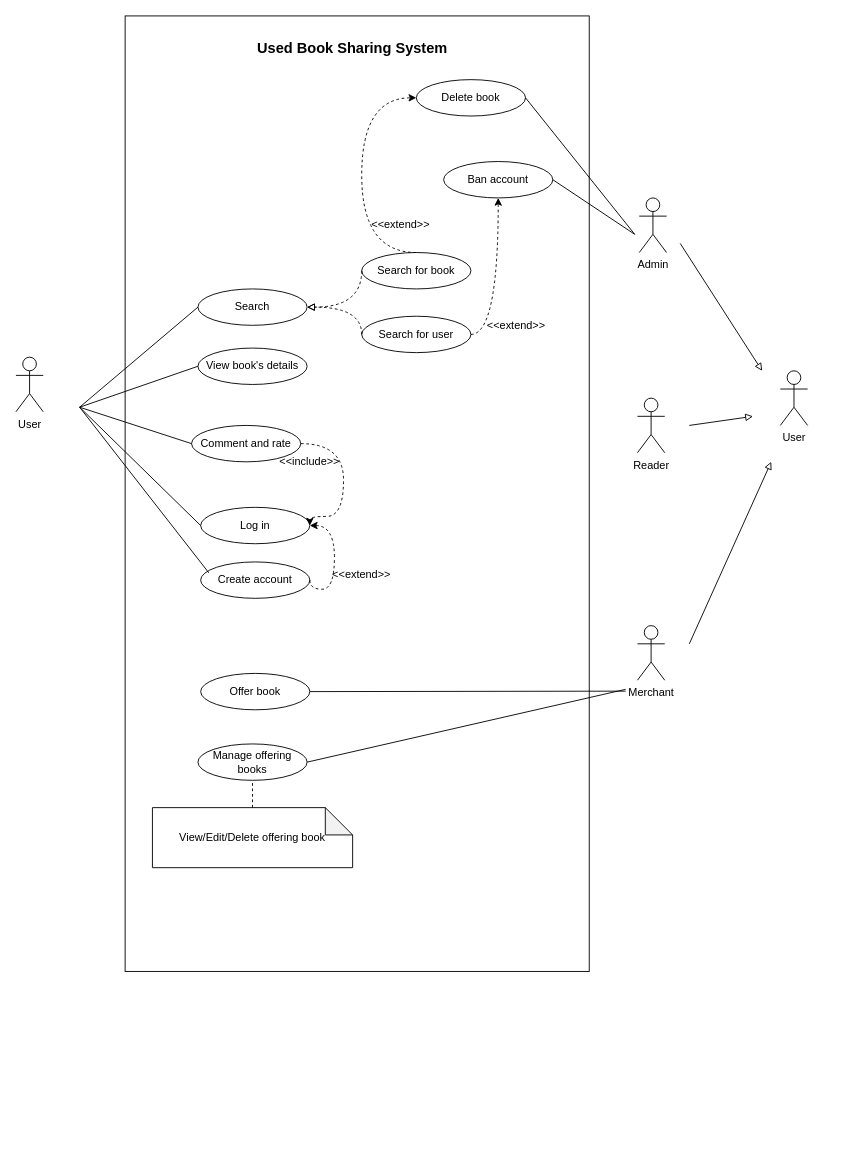
Before: page "Page-2" (2 of 2) of docs/All Use-cases.drawio in qttq23/SEProject, a draw.io diagram. Source tidied: cells renumbered, new cells numbered last; positions are measured from the earlier drawing's top-left corner, leaving out a move shared by most shapes. Both pictures are drawn from the tidied source at 91%, with x=0, y=0 at pixel (15, 15).
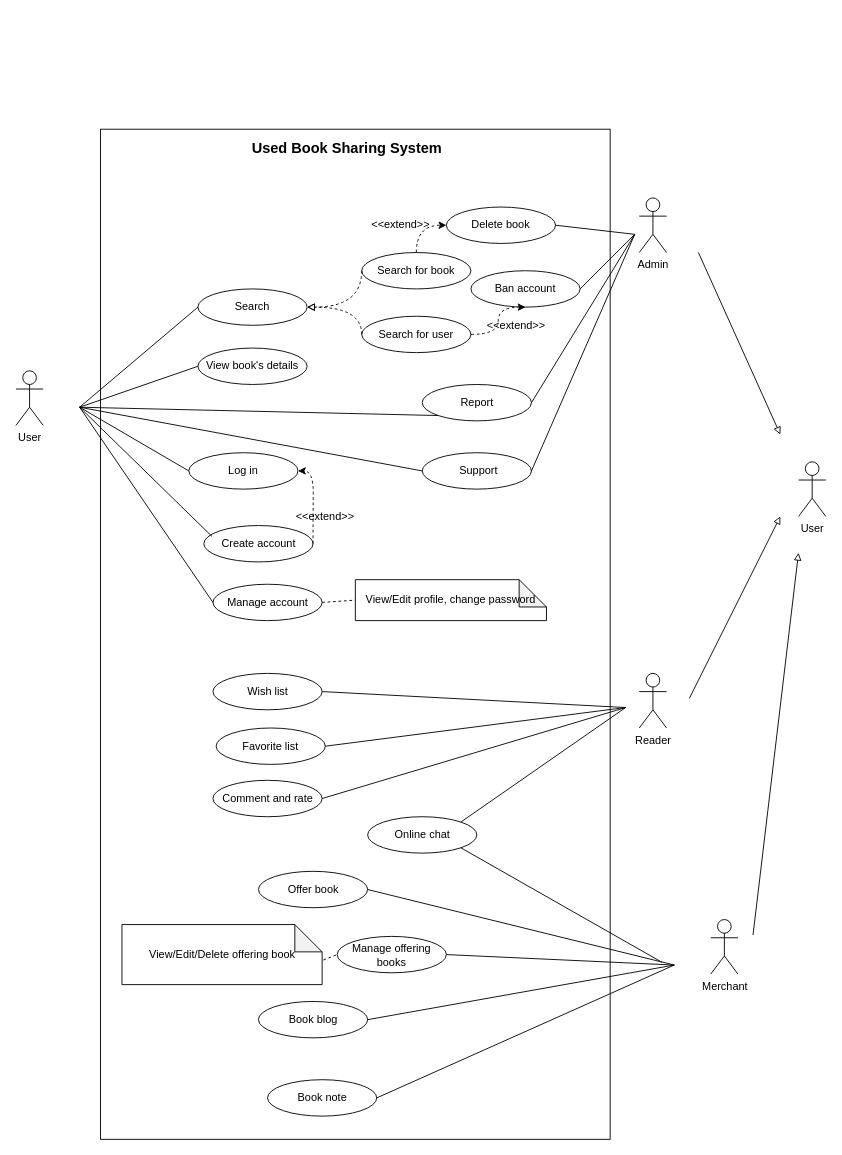
After the change.

The change refers to these unchanged cells:
```xml
<mxCell id="26" value="Search for book" style="ellipse;whiteSpace=wrap;html=1;" parent="1" vertex="1">
  <mxGeometry x="380" y="260" width="120" height="40" as="geometry" />
</mxCell>
```

Diff of the diagram source:
```diff
@@
     <mxCell id="4" value="Create account" style="ellipse;whiteSpace=wrap;html=1;" parent="1" vertex="1">
-      <mxGeometry x="203" y="600" width="120" height="40" as="geometry" />
+      <mxGeometry x="206.5" y="560" width="120" height="40" as="geometry" />
     </mxCell>
     <mxCell id="5" value="Log in" style="ellipse;whiteSpace=wrap;html=1;" parent="1" vertex="1">
-      <mxGeometry x="203" y="540" width="120" height="40" as="geometry" />
+      <mxGeometry x="190" y="480" width="120" height="40" as="geometry" />
     </mxCell>
     <mxCell id="6" value="Offer book" style="ellipse;whiteSpace=wrap;html=1;" parent="1" vertex="1">
-      <mxGeometry x="203" y="722.5" width="120" height="40" as="geometry" />
+      <mxGeometry x="266.5" y="940" width="120" height="40" as="geometry" />
     </mxCell>
-    <mxCell id="7" value="Comment and rate" style="ellipse;whiteSpace=wrap;html=1;" parent="1" vertex="1">
-      <mxGeometry x="193" y="450" width="120" height="40" as="geometry" />
-    </mxCell>
     <mxCell id="8" value="Reader" style="shape=umlActor;verticalLabelPosition=bottom;labelBackgroundColor=#ffffff;verticalAlign=top;html=1;" parent="1" vertex="1">
-      <mxGeometry x="683" y="420" width="30" height="60" as="geometry" />
+      <mxGeometry x="685" y="722.5" width="30" height="60" as="geometry" />
     </mxCell>
     <mxCell id="9" value="Merchant" style="shape=umlActor;verticalLabelPosition=bottom;labelBackgroundColor=#ffffff;verticalAlign=top;html=1;" parent="1" vertex="1">
-      <mxGeometry x="683" y="670" width="30" height="60" as="geometry" />
+      <mxGeometry x="763.5" y="993" width="30" height="60" as="geometry" />
     </mxCell>
     <mxCell id="10" value="User" style="shape=umlActor;verticalLabelPosition=bottom;labelBackgroundColor=#ffffff;verticalAlign=top;html=1;" parent="1" vertex="1">
-      <mxGeometry y="375" width="30" height="60" as="geometry" />
+      <mxGeometry y="390" width="30" height="60" as="geometry" />
     </mxCell>
@@
-    <mxCell id="14" style="endArrow=none;html=1;strokeWidth=1;entryX=1;entryY=0.5;entryDx=0;entryDy=0;endFill=0;" parent="1" edge="1" target="6">
-      <mxGeometry relative="1" as="geometry">
-        <mxPoint x="670" y="742" as="sourcePoint" />
-      </mxGeometry>
-    </mxCell>
     <mxCell id="15" style="endArrow=none;html=1;strokeWidth=1;entryX=1;entryY=0.5;entryDx=0;entryDy=0;endFill=0;" parent="1" edge="1" target="33">
       <mxGeometry relative="1" as="geometry">
-        <mxPoint x="670" y="740" as="sourcePoint" />
+        <mxPoint x="723.5" y="1043" as="sourcePoint" />
       </mxGeometry>
     </mxCell>
-    <mxCell id="16" style="endArrow=none;html=1;strokeWidth=1;entryX=0;entryY=0.5;entryDx=0;entryDy=0;endFill=0;" parent="1" edge="1" target="7">
+    <mxCell id="16" style="endArrow=none;html=1;strokeWidth=1;entryX=0;entryY=0.5;entryDx=0;entryDy=0;endFill=0;" parent="1" edge="1" target="63">
       <mxGeometry relative="1" as="geometry">
         <mxPoint x="70" y="430" as="sourcePoint" />
       </mxGeometry>
     </mxCell>
     <mxCell id="17" value="&amp;lt;&amp;lt;extend&amp;gt;&amp;gt;" style="text;html=1;strokeColor=none;fillColor=none;align=center;verticalAlign=middle;whiteSpace=wrap;rounded=0;" parent="1" vertex="1">
-      <mxGeometry x="330" y="604" width="100" height="20" as="geometry" />
+      <mxGeometry x="290" y="540" width="100" height="20" as="geometry" />
     </mxCell>
-    <mxCell id="18" value="&amp;lt;&amp;lt;include&amp;gt;&amp;gt;" style="text;html=1;strokeColor=none;fillColor=none;align=center;verticalAlign=middle;whiteSpace=wrap;rounded=0;" parent="1" vertex="1">
-      <mxGeometry x="273" y="480" width="100" height="20" as="geometry" />
-    </mxCell>
@@
     <mxCell id="20" style="endArrow=classic;html=1;strokeWidth=1;exitX=1;exitY=0.5;exitDx=0;exitDy=0;entryX=1;entryY=0.5;entryDx=0;entryDy=0;dashed=1;edgeStyle=orthogonalEdgeStyle;curved=1;" parent="1" edge="1" source="4" target="5">
       <mxGeometry relative="1" as="geometry">
         <Array as="points">
-          <mxPoint x="350" y="630" />
-          <mxPoint x="350" y="560" />
+          <mxPoint x="327" y="550" />
+          <mxPoint x="327" y="550" />
         </Array>
       </mxGeometry>
     </mxCell>
-    <mxCell id="21" style="endArrow=classic;html=1;dashed=1;strokeWidth=1;exitX=1;exitY=0.5;exitDx=0;exitDy=0;edgeStyle=orthogonalEdgeStyle;curved=1;entryX=1;entryY=0.5;entryDx=0;entryDy=0;" parent="1" edge="1" source="7" target="5">
-      <mxGeometry relative="1" as="geometry">
-        <Array as="points">
-          <mxPoint x="360" y="470" />
-          <mxPoint x="360" y="550" />
-          <mxPoint x="323" y="550" />
-        </Array>
-      </mxGeometry>
-    </mxCell>
@@
     <mxCell id="23" value="Ban account" style="ellipse;whiteSpace=wrap;html=1;" parent="1" vertex="1">
-      <mxGeometry x="470" y="160" width="120" height="40" as="geometry" />
+      <mxGeometry x="500" y="280" width="120" height="40" as="geometry" />
     </mxCell>
     <mxCell id="24" value="Delete book" style="ellipse;whiteSpace=wrap;html=1;" parent="1" vertex="1">
-      <mxGeometry x="440" y="70" width="120" height="40" as="geometry" />
+      <mxGeometry x="473" y="210" width="120" height="40" as="geometry" />
     </mxCell>
@@
     <mxCell id="29" style="endArrow=classic;html=1;dashed=1;strokeWidth=1;exitX=0.5;exitY=0;exitDx=0;exitDy=0;edgeStyle=orthogonalEdgeStyle;curved=1;entryX=0;entryY=0.5;entryDx=0;entryDy=0;" parent="1" edge="1" source="26" target="24">
       <mxGeometry relative="1" as="geometry">
         <Array as="points">
-          <mxPoint x="380" y="260" />
-          <mxPoint x="380" y="90" />
+          <mxPoint x="440" y="230" />
         </Array>
       </mxGeometry>
     </mxCell>
@@
     <mxCell id="33" value="Manage offering books" style="ellipse;whiteSpace=wrap;html=1;" parent="1" vertex="1">
-      <mxGeometry x="200" y="800" width="120" height="40" as="geometry" />
+      <mxGeometry x="353" y="1011.5" width="120" height="40" as="geometry" />
     </mxCell>
     <mxCell id="34" value="&lt;span style=&quot;white-space: normal&quot;&gt;View/&lt;/span&gt;Edit/Delete offering book" style="shape=note;whiteSpace=wrap;html=1;backgroundOutline=1;darkOpacity=0.05;" parent="1" vertex="1">
-      <mxGeometry x="150" y="870" width="220" height="66" as="geometry" />
+      <mxGeometry x="116.5" y="998.5" width="220" height="66" as="geometry" />
     </mxCell>
-    <mxCell id="35" style="endArrow=none;dashed=1;html=1;strokeWidth=1;entryX=0.5;entryY=1;entryDx=0;entryDy=0;exitX=0.5;exitY=0;exitDx=0;exitDy=0;exitPerimeter=0;" parent="1" edge="1" source="34" target="33">
+    <mxCell id="35" style="endArrow=none;dashed=1;html=1;strokeWidth=1;entryX=0;entryY=0.5;entryDx=0;entryDy=0;exitX=1.006;exitY=0.591;exitDx=0;exitDy=0;exitPerimeter=0;" parent="1" edge="1" source="34" target="33">
       <mxGeometry relative="1" as="geometry" />
     </mxCell>
@@
     <mxCell id="38" value="User" style="shape=umlActor;verticalLabelPosition=bottom;labelBackgroundColor=#ffffff;verticalAlign=top;html=1;" parent="1" vertex="1">
-      <mxGeometry x="840" y="390" width="30" height="60" as="geometry" />
+      <mxGeometry x="860" y="490" width="30" height="60" as="geometry" />
     </mxCell>
-    <mxCell id="39" style="endArrow=block;html=1;strokeWidth=1;endFill=0;" parent="1" edge="1">
-      <mxGeometry relative="1" as="geometry">
-        <mxPoint x="730" y="250" as="sourcePoint" />
-        <mxPoint x="820" y="390" as="targetPoint" />
-      </mxGeometry>
-    </mxCell>
     <mxCell id="40" style="endArrow=block;html=1;strokeWidth=1;endFill=0;" parent="1" edge="1">
       <mxGeometry relative="1" as="geometry">
-        <mxPoint x="740" y="450" as="sourcePoint" />
-        <mxPoint x="810" y="440" as="targetPoint" />
+        <mxPoint x="740" y="750" as="sourcePoint" />
+        <mxPoint x="840" y="550" as="targetPoint" />
       </mxGeometry>
     </mxCell>
     <mxCell id="41" style="endArrow=block;html=1;strokeWidth=1;endFill=0;" parent="1" edge="1">
       <mxGeometry relative="1" as="geometry">
-        <mxPoint x="740" y="690" as="sourcePoint" />
-        <mxPoint x="830" y="490" as="targetPoint" />
+        <mxPoint x="810" y="1010" as="sourcePoint" />
+        <mxPoint x="860" y="590" as="targetPoint" />
       </mxGeometry>
     </mxCell>
+    <mxCell id="43" value="&lt;b&gt;&lt;font style=&quot;font-size: 16px&quot;&gt;Used Book Sharing System&lt;/font&gt;&lt;/b&gt;" style="text;html=1;strokeColor=none;fillColor=none;align=center;verticalAlign=middle;whiteSpace=wrap;rounded=0;" parent="1" vertex="1">
+      <mxGeometry x="206.5" y="110" width="314" height="70" as="geometry" />
+    </mxCell>
+    <mxCell id="44" value="Report" style="ellipse;whiteSpace=wrap;html=1;" parent="1" vertex="1">
+      <mxGeometry x="446.5" y="405" width="120" height="40" as="geometry" />
+    </mxCell>
+    <mxCell id="45" style="endArrow=none;html=1;entryX=0;entryY=1;entryDx=0;entryDy=0;" parent="1" edge="1" target="44">
+      <mxGeometry relative="1" as="geometry">
+        <mxPoint x="70" y="430" as="sourcePoint" />
+      </mxGeometry>
+    </mxCell>
+    <mxCell id="46" style="endArrow=none;html=1;exitX=1;exitY=0.5;exitDx=0;exitDy=0;" parent="1" edge="1" source="44">
+      <mxGeometry relative="1" as="geometry">
+        <mxPoint x="680" y="240" as="targetPoint" />
+      </mxGeometry>
+    </mxCell>
+    <mxCell id="47" value="Manage account" style="ellipse;whiteSpace=wrap;html=1;" parent="1" vertex="1">
+      <mxGeometry x="216.5" y="624.5" width="120" height="40" as="geometry" />
+    </mxCell>
+    <mxCell id="48" style="endArrow=none;html=1;exitX=0;exitY=0.5;exitDx=0;exitDy=0;" parent="1" edge="1" source="47">
+      <mxGeometry relative="1" as="geometry">
+        <mxPoint x="70" y="430" as="targetPoint" />
+      </mxGeometry>
+    </mxCell>
+    <mxCell id="49" value="View/Edit profile, change password" style="shape=note;whiteSpace=wrap;html=1;backgroundOutline=1;darkOpacity=0.05;" parent="1" vertex="1">
+      <mxGeometry x="373" y="619.5" width="210" height="45" as="geometry" />
+    </mxCell>
+    <mxCell id="50" style="endArrow=none;dashed=1;html=1;exitX=1;exitY=0.5;exitDx=0;exitDy=0;entryX=0;entryY=0.5;entryDx=0;entryDy=0;entryPerimeter=0;" parent="1" edge="1" source="47" target="49">
+      <mxGeometry relative="1" as="geometry" />
+    </mxCell>
+    <mxCell id="51" value="Wish list" style="ellipse;whiteSpace=wrap;html=1;" parent="1" vertex="1">
+      <mxGeometry x="216.5" y="722.5" width="120" height="40" as="geometry" />
+    </mxCell>
+    <mxCell id="52" value="Favorite list" style="ellipse;whiteSpace=wrap;html=1;" parent="1" vertex="1">
+      <mxGeometry x="220" y="782.5" width="120" height="40" as="geometry" />
+    </mxCell>
+    <mxCell id="53" value="Book blog" style="ellipse;whiteSpace=wrap;html=1;" parent="1" vertex="1">
+      <mxGeometry x="266.5" y="1083" width="120" height="40" as="geometry" />
+    </mxCell>
+    <mxCell id="54" value="Book note" style="ellipse;whiteSpace=wrap;html=1;" parent="1" vertex="1">
+      <mxGeometry x="276.5" y="1169" width="120" height="40" as="geometry" />
+    </mxCell>
+    <mxCell id="55" style="endArrow=none;html=1;strokeWidth=1;entryX=1;entryY=0.5;entryDx=0;entryDy=0;endFill=0;" parent="1" edge="1" target="53">
+      <mxGeometry relative="1" as="geometry">
+        <mxPoint x="723.5" y="1043" as="sourcePoint" />
+      </mxGeometry>
+    </mxCell>
+    <mxCell id="56" style="endArrow=none;html=1;strokeWidth=1;entryX=1;entryY=0.5;entryDx=0;entryDy=0;endFill=0;" parent="1" edge="1" target="54">
+      <mxGeometry relative="1" as="geometry">
+        <mxPoint x="723.5" y="1043" as="sourcePoint" />
+      </mxGeometry>
+    </mxCell>
+    <mxCell id="7" value="Comment and rate" style="ellipse;whiteSpace=wrap;html=1;" parent="1" vertex="1">
+      <mxGeometry x="216.5" y="840" width="120" height="40" as="geometry" />
+    </mxCell>
+    <mxCell id="57" style="endArrow=none;html=1;strokeWidth=1;entryX=1;entryY=0.5;entryDx=0;entryDy=0;endFill=0;" parent="1" edge="1" target="51">
+      <mxGeometry relative="1" as="geometry">
+        <mxPoint x="670" y="760" as="sourcePoint" />
+      </mxGeometry>
+    </mxCell>
+    <mxCell id="58" style="endArrow=none;html=1;strokeWidth=1;entryX=1;entryY=0.5;entryDx=0;entryDy=0;endFill=0;" parent="1" edge="1" target="52">
+      <mxGeometry relative="1" as="geometry">
+        <mxPoint x="670" y="760" as="sourcePoint" />
+      </mxGeometry>
+    </mxCell>
+    <mxCell id="59" style="endArrow=none;html=1;strokeWidth=1;entryX=1;entryY=0.5;entryDx=0;entryDy=0;endFill=0;" parent="1" edge="1" target="7">
+      <mxGeometry relative="1" as="geometry">
+        <mxPoint x="670" y="760" as="sourcePoint" />
+      </mxGeometry>
+    </mxCell>
+    <mxCell id="60" value="Online chat" style="ellipse;whiteSpace=wrap;html=1;" parent="1" vertex="1">
+      <mxGeometry x="386.5" y="880" width="120" height="40" as="geometry" />
+    </mxCell>
+    <mxCell id="61" style="endArrow=none;html=1;strokeWidth=1;entryX=1;entryY=0;entryDx=0;entryDy=0;endFill=0;" parent="1" edge="1" target="60">
+      <mxGeometry relative="1" as="geometry">
+        <mxPoint x="670" y="760" as="sourcePoint" />
+      </mxGeometry>
+    </mxCell>
+    <mxCell id="62" style="endArrow=none;html=1;strokeWidth=1;entryX=1;entryY=1;entryDx=0;entryDy=0;endFill=0;" parent="1" edge="1" target="60">
+      <mxGeometry relative="1" as="geometry">
+        <mxPoint x="710" y="1040" as="sourcePoint" />
+      </mxGeometry>
+    </mxCell>
+    <mxCell id="63" value="&amp;nbsp;Support" style="ellipse;whiteSpace=wrap;html=1;" parent="1" vertex="1">
+      <mxGeometry x="446.5" y="480" width="120" height="40" as="geometry" />
+    </mxCell>
+    <mxCell id="64" style="endArrow=none;html=1;strokeWidth=1;entryX=1;entryY=0.5;entryDx=0;entryDy=0;endFill=0;" parent="1" edge="1" target="63">
+      <mxGeometry relative="1" as="geometry">
+        <mxPoint x="680" y="240" as="sourcePoint" />
+      </mxGeometry>
+    </mxCell>
     <mxCell id="42" style="rounded=0;whiteSpace=wrap;html=1;fillColor=none;gradientColor=none;strokeColor=#000000;" parent="1" vertex="1">
-      <mxGeometry x="120" width="510" height="1050" as="geometry" />
+      <mxGeometry x="93" y="124.5" width="560" height="1110" as="geometry" />
     </mxCell>
-    <mxCell id="43" value="&lt;b&gt;&lt;font style=&quot;font-size: 16px&quot;&gt;Used Book Sharing System&lt;/font&gt;&lt;/b&gt;" style="text;html=1;strokeColor=none;fillColor=none;align=center;verticalAlign=middle;whiteSpace=wrap;rounded=0;" parent="1" vertex="1">
-      <mxGeometry x="213" width="314" height="70" as="geometry" />
-    </mxCell>
+    <mxCell id="65" style="endArrow=none;html=1;strokeWidth=1;endFill=0;entryX=1;entryY=0.5;entryDx=0;entryDy=0;" parent="1" edge="1" target="6">
+      <mxGeometry relative="1" as="geometry">
+        <mxPoint x="723.5" y="1043" as="sourcePoint" />
+      </mxGeometry>
+    </mxCell>
+    <mxCell id="66" style="endArrow=block;html=1;strokeWidth=1;endFill=0;" parent="1" edge="1">
+      <mxGeometry relative="1" as="geometry">
+        <mxPoint x="750" y="260" as="sourcePoint" />
+        <mxPoint x="840" y="460" as="targetPoint" />
+      </mxGeometry>
+    </mxCell>
```
